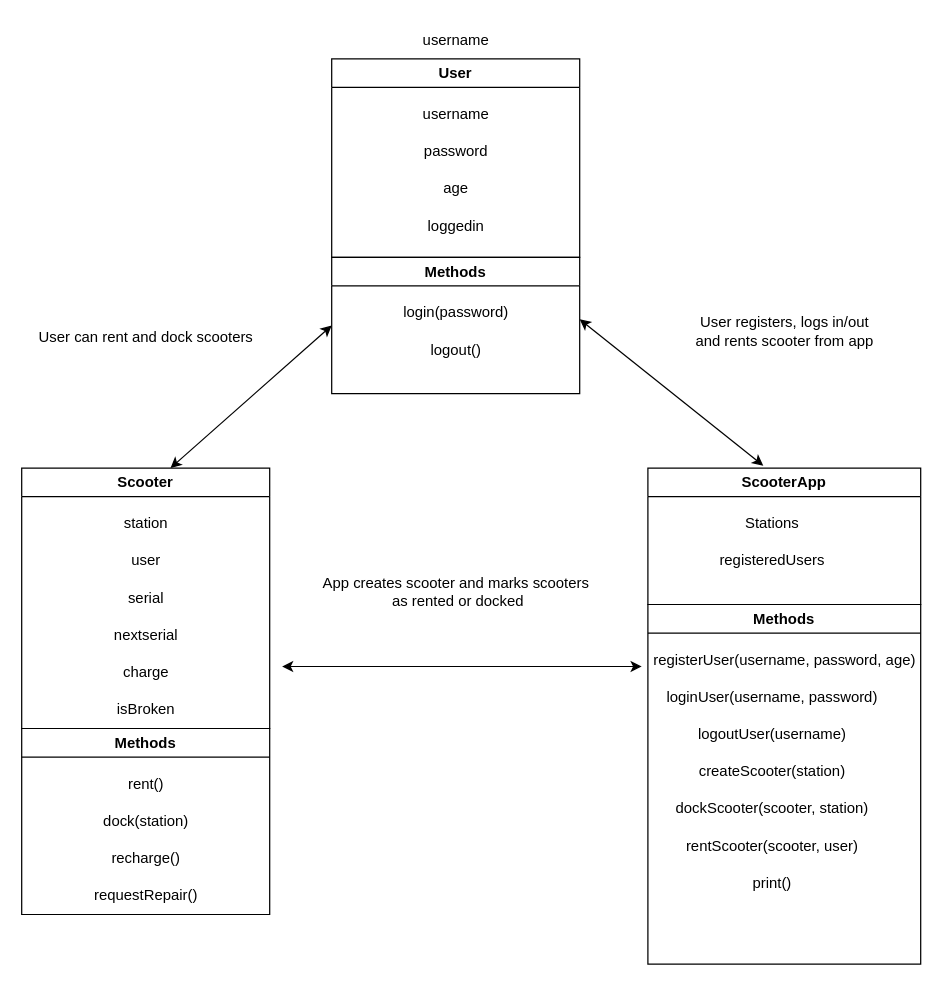
Above: test.drawio in giulia0909/scooter-project (draw.io), before the change. Source tidied: cells renumbered, new cells numbered last; positions are measured from the earlier drawing's top-left corner, leaving out a move shared by most shapes. Both pictures are drawn from the tidied source at 124%, with x=0, y=0 at pixel (21, 21).
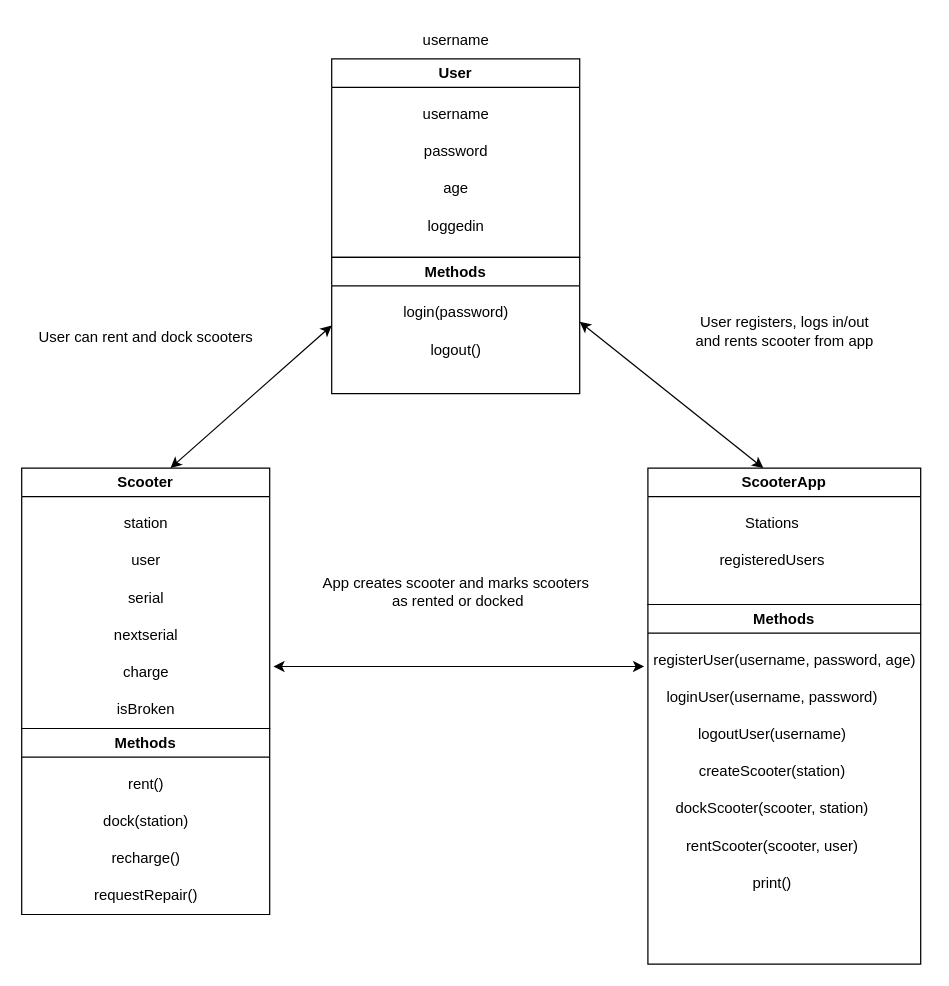
The same page after the edit.

Unchanged cells that the change refers to:
```xml
<mxCell id="14" value="ScooterApp" style="swimlane;whiteSpace=wrap;html=1;" parent="1" vertex="1">
  <mxGeometry x="505" y="360" width="220" height="110" as="geometry" />
</mxCell>
```

What changed in the source:
```diff
@@
-    <mxCell id="34" style="endArrow=classic;startArrow=classic;html=1;" parent="1" edge="1">
+    <mxCell id="34" style="endArrow=classic;startArrow=classic;html=1;entryX=0;entryY=0.667;entryDx=0;entryDy=0;entryPerimeter=0;" parent="1" edge="1">
       <mxGeometry relative="1" as="geometry">
-        <mxPoint x="210" y="520" as="sourcePoint" />
-        <mxPoint x="500" y="520" as="targetPoint" />
+        <mxPoint x="203" y="520" as="sourcePoint" />
+        <mxPoint x="502" y="520" as="targetPoint" />
       </mxGeometry>
     </mxCell>
@@
-    <mxCell id="36" style="endArrow=classic;startArrow=classic;html=1;entryX=0.423;entryY=-0.018;entryDx=0;entryDy=0;entryPerimeter=0;" parent="1" edge="1" target="14">
+    <mxCell id="36" style="endArrow=classic;startArrow=classic;html=1;entryX=0.423;entryY=-0.018;entryDx=0;entryDy=0;entryPerimeter=0;" parent="1" edge="1">
       <mxGeometry relative="1" as="geometry">
-        <mxPoint x="450" y="240" as="sourcePoint" />
+        <mxPoint x="450" y="242" as="sourcePoint" />
+        <mxPoint x="598.1" y="360" as="targetPoint" />
       </mxGeometry>
     </mxCell>
```
